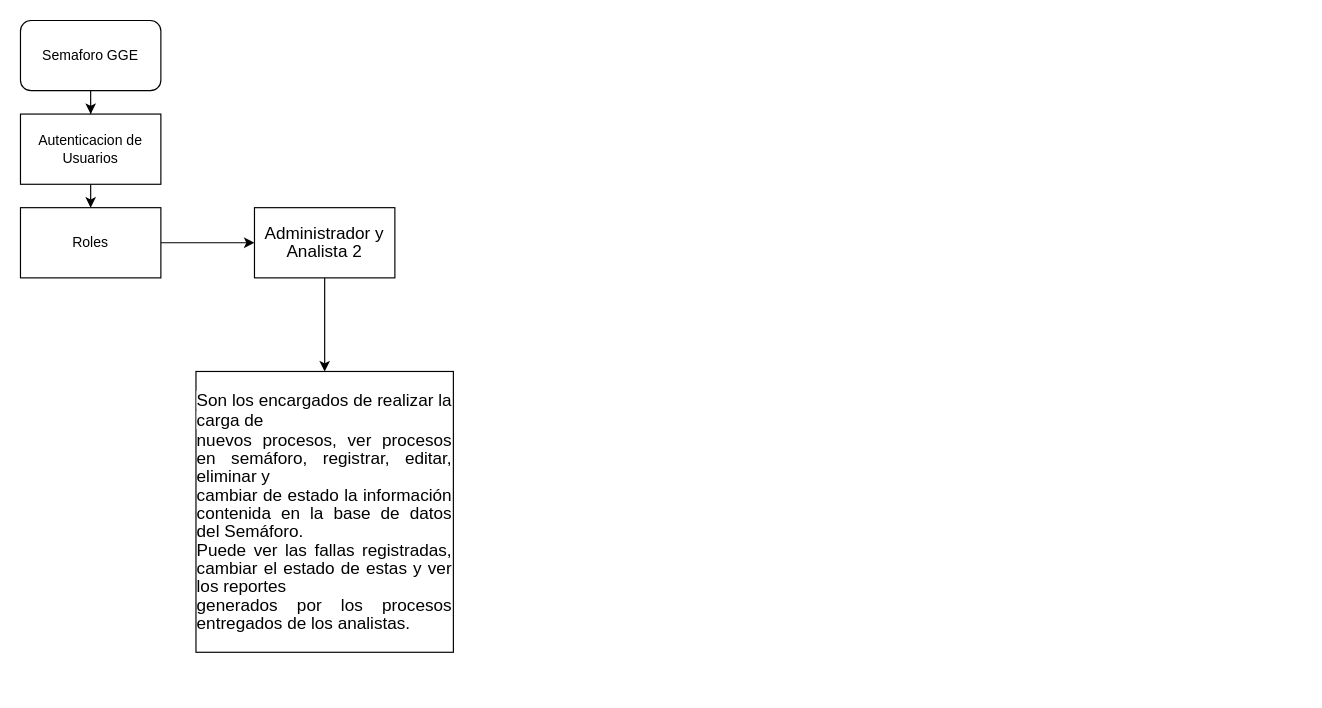
This is semaforo_axity.drawio from CarlosAbeja/tienda-de-miel, a draw.io file, before an edit. Source tidied: cells renumbered, new cells numbered last; positions are measured from the earlier drawing's top-left corner, leaving out a move shared by most shapes. Both pictures are drawn from the tidied source at 117%, with x=0, y=0 at pixel (20, 20).
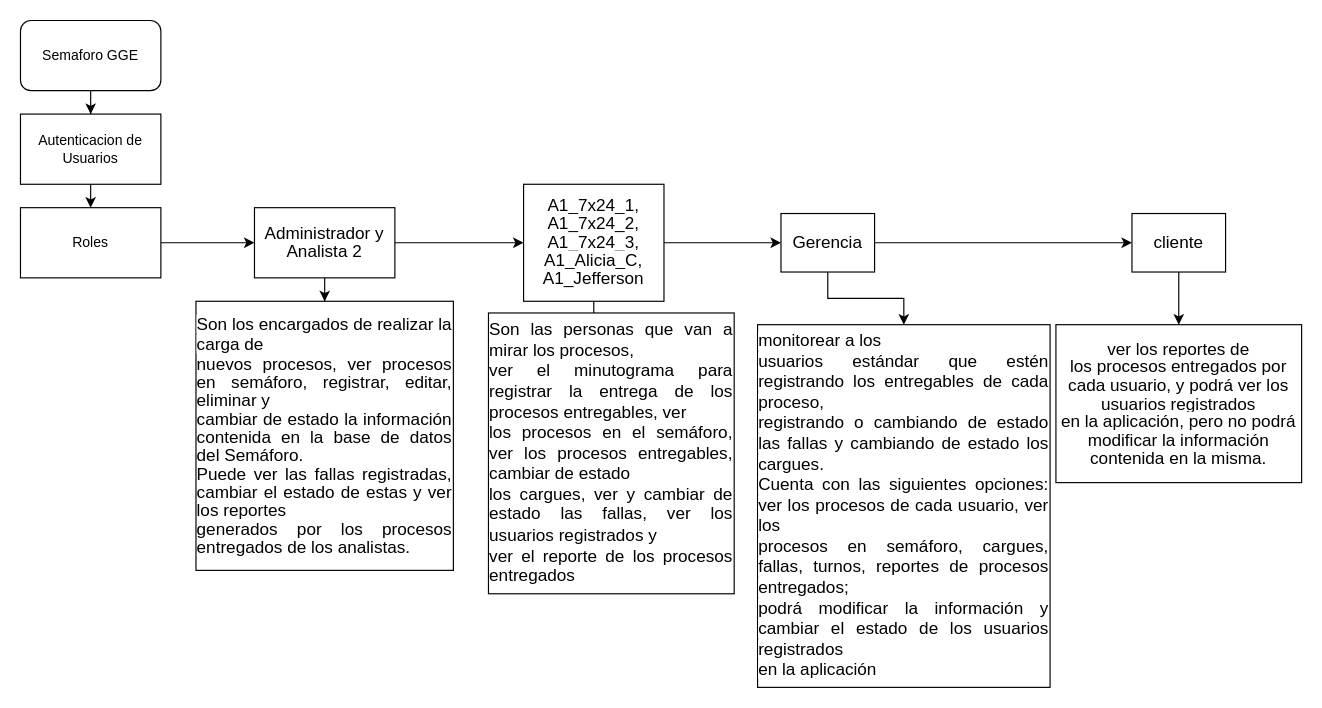
The same diagram, later.

Unchanged cells that the change refers to:
```xml
<mxCell id="9" value="&lt;span style=&quot;font-size: 11pt; line-height: 107%; font-family: Arial, sans-serif; background: white;&quot;&gt;Administrador y&lt;br/&gt;Analista 2&lt;/span&gt;" style="rounded=0;whiteSpace=wrap;html=1;" parent="1" vertex="1">
  <mxGeometry x="200" y="160" width="120" height="60" as="geometry" />
</mxCell>
```

Change to the diagram source:
```diff
@@
+    <mxCell id="11" style="edgeStyle=orthogonalEdgeStyle;rounded=0;jettySize=auto;html=1;" parent="1" edge="1" source="9" target="14">
+      <mxGeometry relative="1" as="geometry" />
+    </mxCell>
@@
     <mxCell id="10" value="&lt;div style=&quot;text-align: justify;&quot;&gt;&lt;span style=&quot;background-color: white; font-family: Arial, sans-serif; font-size: 11pt;&quot;&gt;Son los encargados de realizar la carga de&lt;/span&gt;&lt;/div&gt;&lt;span style=&quot;font-size: 11pt; line-height: 107%; font-family: Arial, sans-serif; background: white;&quot;&gt;&lt;div style=&quot;text-align: justify;&quot;&gt;&lt;span style=&quot;font-size: 11pt;&quot;&gt;nuevos procesos, ver procesos en semáforo, registrar, editar, eliminar y&lt;/span&gt;&lt;/div&gt;&lt;div style=&quot;text-align: justify;&quot;&gt;&lt;span style=&quot;font-size: 11pt;&quot;&gt;cambiar de estado la información contenida en la base de datos del Semáforo.&lt;/span&gt;&lt;/div&gt;&lt;div style=&quot;text-align: justify;&quot;&gt;&lt;span style=&quot;font-size: 11pt;&quot;&gt;Puede ver las fallas registradas, cambiar el estado de estas y ver los reportes&lt;/span&gt;&lt;/div&gt;&lt;div style=&quot;text-align: justify;&quot;&gt;&lt;span style=&quot;font-size: 11pt;&quot;&gt;generados por los procesos entregados de los analistas.&lt;/span&gt;&lt;/div&gt;&lt;/span&gt;" style="rounded=0;whiteSpace=wrap;html=1;" parent="1" vertex="1">
-      <mxGeometry x="150" y="300" width="220" height="240" as="geometry" />
+      <mxGeometry x="150" y="240" width="220" height="230" as="geometry" />
     </mxCell>
+    <mxCell id="12" style="edgeStyle=orthogonalEdgeStyle;rounded=0;jettySize=auto;html=1;" parent="1" edge="1" source="14" target="17">
+      <mxGeometry relative="1" as="geometry" />
+    </mxCell>
+    <mxCell id="13" style="edgeStyle=orthogonalEdgeStyle;rounded=0;jettySize=auto;html=1;" parent="1" edge="1" source="14" target="18">
+      <mxGeometry relative="1" as="geometry" />
+    </mxCell>
+    <mxCell id="14" value="&lt;span style=&quot;font-size: 11pt; line-height: 107%; font-family: Arial, sans-serif; background: white;&quot;&gt;A1_7x24_1, A1_7x24_2,&lt;br/&gt;A1_7x24_3, A1_Alicia_C, A1_Jefferson&lt;/span&gt;" style="rounded=0;whiteSpace=wrap;html=1;" parent="1" vertex="1">
+      <mxGeometry x="430" y="140" width="120" height="100" as="geometry" />
+    </mxCell>
+    <mxCell id="15" style="edgeStyle=orthogonalEdgeStyle;rounded=0;jettySize=auto;html=1;" parent="1" edge="1" source="17" target="19">
+      <mxGeometry relative="1" as="geometry" />
+    </mxCell>
+    <mxCell id="16" style="edgeStyle=orthogonalEdgeStyle;rounded=0;jettySize=auto;html=1;" parent="1" edge="1" source="17" target="21">
+      <mxGeometry relative="1" as="geometry" />
+    </mxCell>
+    <mxCell id="17" value="&lt;span style=&quot;font-size: 11pt; line-height: 107%; font-family: Arial, sans-serif; background: white;&quot;&gt;Gerencia&lt;/span&gt;" style="rounded=0;whiteSpace=wrap;html=1;" parent="1" vertex="1">
+      <mxGeometry x="650" y="165" width="80" height="50" as="geometry" />
+    </mxCell>
+    <mxCell id="18" value="&lt;div style=&quot;text-align: justify;&quot;&gt;&lt;span style=&quot;background-color: white; font-family: Arial, sans-serif; font-size: 11pt;&quot;&gt;Son las personas que van a mirar los procesos,&lt;br/&gt;ver el minutograma para registrar la entrega de los procesos entregables, ver&lt;br/&gt;los procesos en el semáforo, ver los procesos entregables, cambiar de estado&lt;br/&gt;los cargues, ver y cambiar de estado las fallas, ver los usuarios registrados y&lt;br/&gt;ver el reporte de los procesos entregados&lt;/span&gt;&lt;/div&gt;" style="rounded=0;whiteSpace=wrap;html=1;" parent="1" vertex="1">
+      <mxGeometry x="400" y="250" width="210" height="240" as="geometry" />
+    </mxCell>
+    <mxCell id="19" value="&lt;div style=&quot;text-align: justify;&quot;&gt;&lt;span style=&quot;background-color: white; font-family: Arial, sans-serif; font-size: 11pt;&quot;&gt;monitorear a los&lt;br/&gt;usuarios estándar que estén registrando los entregables de cada proceso,&lt;br/&gt;registrando o cambiando de estado las fallas y cambiando de estado los cargues.&lt;br/&gt;Cuenta con las siguientes opciones: ver los procesos de cada usuario, ver los&lt;br/&gt;procesos en semáforo, cargues, fallas, turnos, reportes de procesos entregados;&lt;br/&gt;podrá modificar la información y cambiar el estado de los usuarios registrados&lt;br/&gt;en la aplicación&lt;/span&gt;&lt;/div&gt;" style="rounded=0;whiteSpace=wrap;html=1;" parent="1" vertex="1">
+      <mxGeometry x="630" y="260" width="250" height="310" as="geometry" />
+    </mxCell>
+    <mxCell id="20" style="edgeStyle=orthogonalEdgeStyle;rounded=0;jettySize=auto;html=1;" parent="1" edge="1" source="21" target="22">
+      <mxGeometry relative="1" as="geometry" />
+    </mxCell>
+    <mxCell id="21" value="&lt;span style=&quot;font-size: 11pt; line-height: 107%; font-family: Arial, sans-serif; background: white;&quot;&gt;cliente&lt;/span&gt;" style="rounded=0;whiteSpace=wrap;html=1;" parent="1" vertex="1">
+      <mxGeometry x="950" y="165" width="80" height="50" as="geometry" />
+    </mxCell>
+    <mxCell id="22" value="&lt;span style=&quot;font-size: 11pt; line-height: 107%; font-family: Arial, sans-serif; background: white;&quot;&gt;ver los reportes de&lt;br/&gt;los procesos entregados por cada usuario, y podrá ver los usuarios registrados&lt;br/&gt;en la aplicación, pero no podrá modificar la información contenida en la misma.&lt;/span&gt;" style="rounded=0;whiteSpace=wrap;html=1;" parent="1" vertex="1">
+      <mxGeometry x="885" y="260" width="210" height="135" as="geometry" />
+    </mxCell>
```
